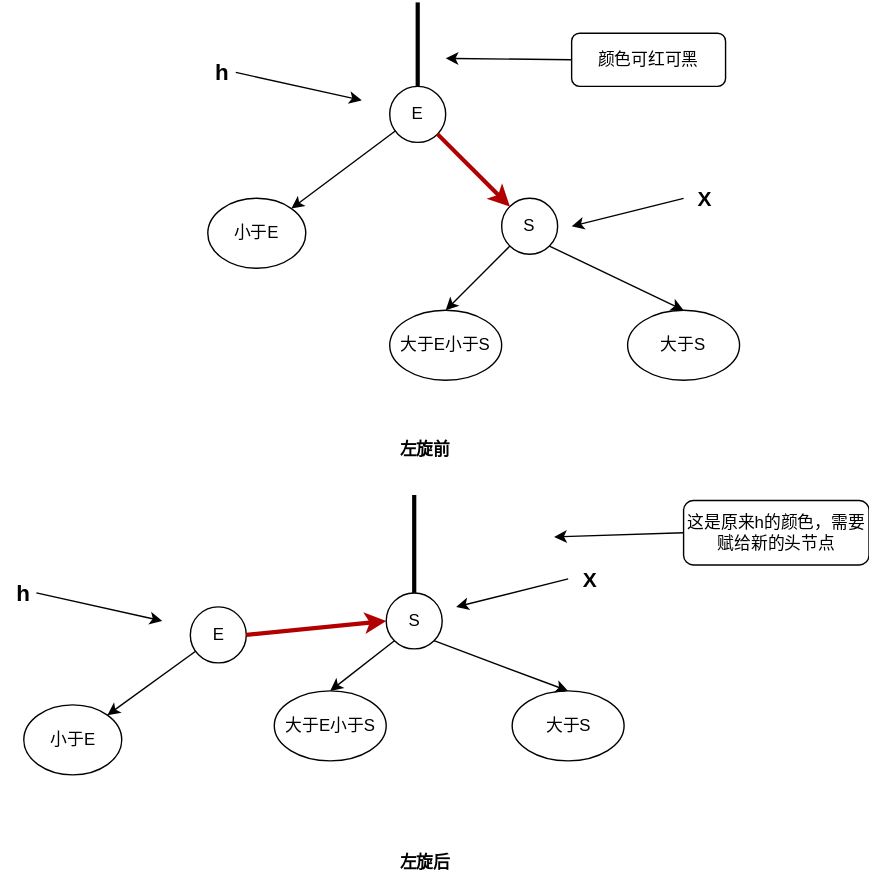
soloveri/notes-of-cs keeps this draw.io diagram as java/collection-src-analysis/images/red-black-tree/rb-tree-left-rotate.drawio.svg. Above is the earlier version. Source tidied: cells renumbered, new cells last; positions are measured from the earlier drawing's top-left corner, leaving out a move shared by most shapes. Its diagram source:
```xml
<mxGraphModel>
  <root>
    <mxCell id="0" />
    <mxCell id="1" parent="0" />
    <mxCell id="2" value="E" style="ellipse;whiteSpace=wrap;html=1;" parent="1" vertex="1">
      <mxGeometry x="278" y="60" width="40" height="40" as="geometry" />
    </mxCell>
    <mxCell id="3" style="endArrow=none;html=1;exitX=0.5;exitY=0;exitDx=0;exitDy=0;strokeWidth=3;" parent="1" edge="1" source="2">
      <mxGeometry relative="1" as="geometry">
        <mxPoint x="298" as="targetPoint" />
      </mxGeometry>
    </mxCell>
    <mxCell id="4" value="颜色可红可黑" style="rounded=1;whiteSpace=wrap;html=1;" parent="1" vertex="1">
      <mxGeometry x="408" y="22" width="110" height="38" as="geometry" />
    </mxCell>
    <mxCell id="5" style="endArrow=classic;html=1;exitX=0;exitY=0.5;exitDx=0;exitDy=0;" parent="1" edge="1" source="4">
      <mxGeometry relative="1" as="geometry">
        <mxPoint x="318" y="40" as="targetPoint" />
      </mxGeometry>
    </mxCell>
    <mxCell id="6" value="S" style="ellipse;whiteSpace=wrap;html=1;" parent="1" vertex="1">
      <mxGeometry x="358" y="140" width="40" height="40" as="geometry" />
    </mxCell>
    <mxCell id="7" style="endArrow=classic;html=1;exitX=1;exitY=1;exitDx=0;exitDy=0;entryX=0;entryY=0;entryDx=0;entryDy=0;strokeWidth=3;fillColor=#e51400;strokeColor=#B20000;" parent="1" edge="1" source="2" target="6">
      <mxGeometry relative="1" as="geometry" />
    </mxCell>
    <mxCell id="8" value="小于E" style="ellipse;whiteSpace=wrap;html=1;" parent="1" vertex="1">
      <mxGeometry x="148" y="140" width="70" height="50" as="geometry" />
    </mxCell>
    <mxCell id="9" value="大于E小于S" style="ellipse;whiteSpace=wrap;html=1;" parent="1" vertex="1">
      <mxGeometry x="278" y="220" width="80" height="50" as="geometry" />
    </mxCell>
    <mxCell id="10" value="大于S" style="ellipse;whiteSpace=wrap;html=1;" parent="1" vertex="1">
      <mxGeometry x="448" y="220" width="80" height="50" as="geometry" />
    </mxCell>
    <mxCell id="11" style="endArrow=classic;html=1;strokeWidth=1;entryX=1;entryY=0;entryDx=0;entryDy=0;" parent="1" edge="1" source="2" target="8">
      <mxGeometry relative="1" as="geometry" />
    </mxCell>
    <mxCell id="12" style="endArrow=classic;html=1;strokeWidth=1;exitX=0;exitY=1;exitDx=0;exitDy=0;" parent="1" edge="1" source="6">
      <mxGeometry relative="1" as="geometry">
        <mxPoint x="318" y="220" as="targetPoint" />
      </mxGeometry>
    </mxCell>
    <mxCell id="13" style="endArrow=classic;html=1;strokeWidth=1;exitX=1;exitY=1;exitDx=0;exitDy=0;entryX=0.5;entryY=0;entryDx=0;entryDy=0;" parent="1" edge="1" source="6" target="10">
      <mxGeometry relative="1" as="geometry" />
    </mxCell>
    <mxCell id="14" style="endArrow=classic;html=1;strokeWidth=1;" parent="1" edge="1">
      <mxGeometry relative="1" as="geometry">
        <mxPoint x="168" y="50" as="sourcePoint" />
        <mxPoint x="258" y="70" as="targetPoint" />
      </mxGeometry>
    </mxCell>
    <mxCell id="15" value="&lt;font style=&quot;font-size: 16px&quot;&gt;&lt;b&gt;h&lt;/b&gt;&lt;/font&gt;" style="text;html=1;align=center;verticalAlign=middle;" parent="1" vertex="1">
      <mxGeometry x="143" y="40" width="30" height="20" as="geometry" />
    </mxCell>
    <mxCell id="16" style="endArrow=classic;html=1;strokeWidth=1;" parent="1" edge="1">
      <mxGeometry relative="1" as="geometry">
        <mxPoint x="488" y="140" as="sourcePoint" />
        <mxPoint x="408" y="160" as="targetPoint" />
      </mxGeometry>
    </mxCell>
    <mxCell id="17" value="&lt;font style=&quot;font-size: 15px&quot;&gt;&lt;b&gt;X&lt;/b&gt;&lt;/font&gt;" style="text;html=1;align=center;verticalAlign=middle;" parent="1" vertex="1">
      <mxGeometry x="488" y="130" width="30" height="20" as="geometry" />
    </mxCell>
    <mxCell id="18" value="E" style="ellipse;whiteSpace=wrap;html=1;" parent="1" vertex="1">
      <mxGeometry x="135.5" y="432" width="40" height="40" as="geometry" />
    </mxCell>
    <mxCell id="19" value="这是原来h的颜色，需要赋给新的头节点" style="rounded=1;whiteSpace=wrap;html=1;" parent="1" vertex="1">
      <mxGeometry x="488" y="356" width="132.5" height="46" as="geometry" />
    </mxCell>
    <mxCell id="20" style="endArrow=classic;html=1;exitX=0;exitY=0.5;exitDx=0;exitDy=0;" parent="1" edge="1" source="19">
      <mxGeometry relative="1" as="geometry">
        <mxPoint x="395.5" y="382" as="targetPoint" />
      </mxGeometry>
    </mxCell>
    <mxCell id="21" value="S" style="ellipse;whiteSpace=wrap;html=1;" parent="1" vertex="1">
      <mxGeometry x="275.5" y="422" width="40" height="40" as="geometry" />
    </mxCell>
    <mxCell id="22" style="endArrow=classic;html=1;exitX=1;exitY=0.5;exitDx=0;exitDy=0;entryX=0;entryY=0.5;entryDx=0;entryDy=0;strokeWidth=3;fillColor=#e51400;strokeColor=#B20000;" parent="1" edge="1" source="18" target="21">
      <mxGeometry relative="1" as="geometry" />
    </mxCell>
    <mxCell id="23" value="小于E" style="ellipse;whiteSpace=wrap;html=1;" parent="1" vertex="1">
      <mxGeometry x="16.5" y="502" width="70" height="50" as="geometry" />
    </mxCell>
    <mxCell id="24" value="大于E小于S" style="ellipse;whiteSpace=wrap;html=1;" parent="1" vertex="1">
      <mxGeometry x="195.5" y="492" width="80" height="50" as="geometry" />
    </mxCell>
    <mxCell id="25" value="大于S" style="ellipse;whiteSpace=wrap;html=1;" parent="1" vertex="1">
      <mxGeometry x="365.5" y="492" width="80" height="50" as="geometry" />
    </mxCell>
    <mxCell id="26" style="endArrow=classic;html=1;strokeWidth=1;entryX=1;entryY=0;entryDx=0;entryDy=0;" parent="1" edge="1" source="18" target="23">
      <mxGeometry relative="1" as="geometry" />
    </mxCell>
    <mxCell id="27" style="endArrow=classic;html=1;strokeWidth=1;exitX=0;exitY=1;exitDx=0;exitDy=0;" parent="1" edge="1" source="21">
      <mxGeometry relative="1" as="geometry">
        <mxPoint x="235.5" y="492" as="targetPoint" />
      </mxGeometry>
    </mxCell>
    <mxCell id="28" style="endArrow=classic;html=1;strokeWidth=1;exitX=1;exitY=1;exitDx=0;exitDy=0;entryX=0.5;entryY=0;entryDx=0;entryDy=0;" parent="1" edge="1" source="21" target="25">
      <mxGeometry relative="1" as="geometry" />
    </mxCell>
    <mxCell id="29" style="endArrow=classic;html=1;strokeWidth=1;" parent="1" edge="1">
      <mxGeometry relative="1" as="geometry">
        <mxPoint x="25.5" y="422" as="sourcePoint" />
        <mxPoint x="115.5" y="442" as="targetPoint" />
      </mxGeometry>
    </mxCell>
    <mxCell id="30" value="&lt;font style=&quot;font-size: 16px&quot;&gt;&lt;b&gt;h&lt;/b&gt;&lt;/font&gt;" style="text;html=1;align=center;verticalAlign=middle;" parent="1" vertex="1">
      <mxGeometry x="0.5" y="412" width="30" height="20" as="geometry" />
    </mxCell>
    <mxCell id="31" style="endArrow=classic;html=1;strokeWidth=1;" parent="1" edge="1">
      <mxGeometry relative="1" as="geometry">
        <mxPoint x="405.5" y="412" as="sourcePoint" />
        <mxPoint x="325.5" y="432" as="targetPoint" />
      </mxGeometry>
    </mxCell>
    <mxCell id="32" value="&lt;font style=&quot;font-size: 15px&quot;&gt;&lt;b&gt;X&lt;/b&gt;&lt;/font&gt;" style="text;html=1;align=center;verticalAlign=middle;" parent="1" vertex="1">
      <mxGeometry x="405.5" y="402" width="30" height="20" as="geometry" />
    </mxCell>
    <mxCell id="33" style="endArrow=none;html=1;strokeWidth=3;exitX=0.5;exitY=0;exitDx=0;exitDy=0;" parent="1" edge="1" source="21">
      <mxGeometry relative="1" as="geometry">
        <mxPoint x="295.5" y="352" as="targetPoint" />
      </mxGeometry>
    </mxCell>
    <mxCell id="34" value="&lt;b&gt;左旋后&lt;/b&gt;" style="text;html=1;align=center;verticalAlign=middle;" parent="1" vertex="1">
      <mxGeometry x="278" y="605" width="50" height="20" as="geometry" />
    </mxCell>
    <mxCell id="35" value="&lt;b&gt;左旋前&lt;/b&gt;" style="text;html=1;align=center;verticalAlign=middle;" parent="1" vertex="1">
      <mxGeometry x="278" y="310" width="50" height="20" as="geometry" />
    </mxCell>
  </root>
</mxGraphModel>
```
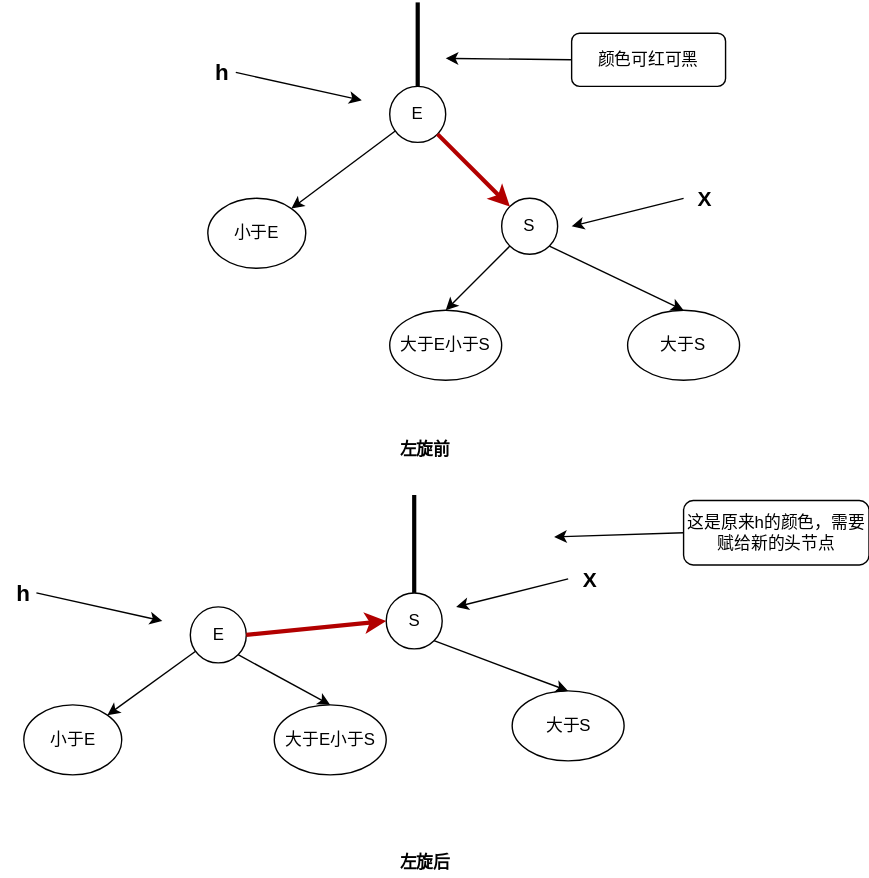
After the commit.

Commit message:
更新红黑树的理解

The edit, as a diff of the source:
```diff
@@ -83,7 +83,7 @@
       <mxGeometry x="16.5" y="502" width="70" height="50" as="geometry" />
     </mxCell>
     <mxCell id="24" value="大于E小于S" style="ellipse;whiteSpace=wrap;html=1;" parent="1" vertex="1">
-      <mxGeometry x="195.5" y="492" width="80" height="50" as="geometry" />
+      <mxGeometry x="195.5" y="502" width="80" height="50" as="geometry" />
     </mxCell>
     <mxCell id="25" value="大于S" style="ellipse;whiteSpace=wrap;html=1;" parent="1" vertex="1">
       <mxGeometry x="365.5" y="492" width="80" height="50" as="geometry" />
@@ -91,10 +91,8 @@
     <mxCell id="26" style="endArrow=classic;html=1;strokeWidth=1;entryX=1;entryY=0;entryDx=0;entryDy=0;" parent="1" edge="1" source="18" target="23">
       <mxGeometry relative="1" as="geometry" />
     </mxCell>
-    <mxCell id="27" style="endArrow=classic;html=1;strokeWidth=1;exitX=0;exitY=1;exitDx=0;exitDy=0;" parent="1" edge="1" source="21">
-      <mxGeometry relative="1" as="geometry">
-        <mxPoint x="235.5" y="492" as="targetPoint" />
-      </mxGeometry>
+    <mxCell id="27" style="endArrow=classic;html=1;strokeWidth=1;exitX=1;exitY=1;exitDx=0;exitDy=0;entryX=0.5;entryY=0;entryDx=0;entryDy=0;" parent="1" edge="1" source="18" target="24">
+      <mxGeometry relative="1" as="geometry" />
     </mxCell>
     <mxCell id="28" style="endArrow=classic;html=1;strokeWidth=1;exitX=1;exitY=1;exitDx=0;exitDy=0;entryX=0.5;entryY=0;entryDx=0;entryDy=0;" parent="1" edge="1" source="21" target="25">
       <mxGeometry relative="1" as="geometry" />
```
